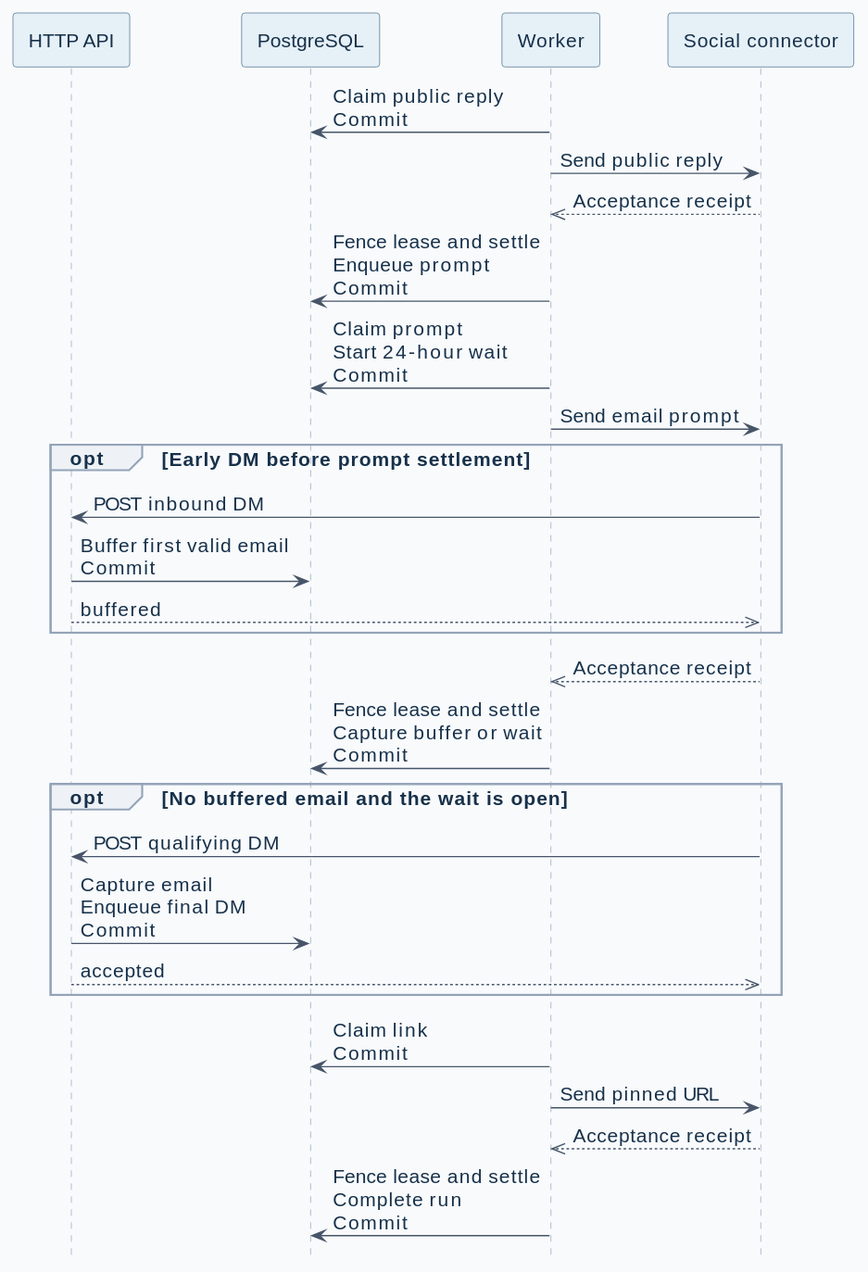
Above: docs/diagrams/delivery-sequence.svg in ByAxe/blotato-comment-automations (PlantUML), before the change. Its source is kept beside it as docs/diagrams/delivery-sequence.puml.
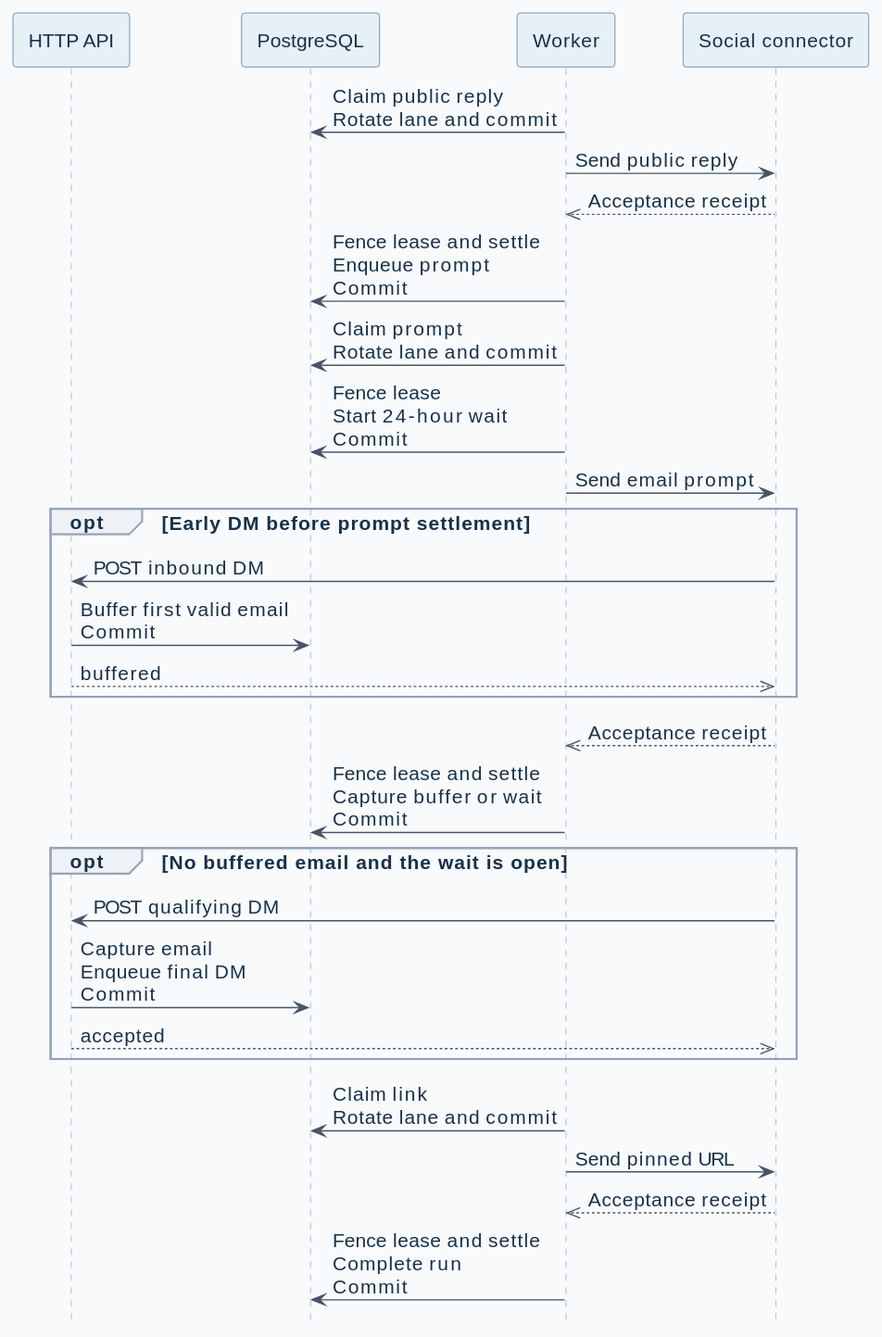
Above is the later version.

What changed in the source:
```diff
@@ -24,12 +24,13 @@
 participant "Worker" as worker
 participant "Social connector" as gateway
 
-worker -> db : Claim public reply\nCommit
+worker -> db : Claim public reply\nRotate lane and commit
 worker -> gateway : Send public reply
 gateway -->> worker : Acceptance receipt
 worker -> db : Fence lease and settle\nEnqueue prompt\nCommit
 
-worker -> db : Claim prompt\nStart 24-hour wait\nCommit
+worker -> db : Claim prompt\nRotate lane and commit
+worker -> db : Fence lease\nStart 24-hour wait\nCommit
 worker -> gateway : Send email prompt
 opt Early DM before prompt settlement
   gateway -> api : POST inbound DM
@@ -45,7 +46,7 @@
   api -->> gateway : accepted
 end
 
-worker -> db : Claim link\nCommit
+worker -> db : Claim link\nRotate lane and commit
 worker -> gateway : Send pinned URL
 gateway -->> worker : Acceptance receipt
 worker -> db : Fence lease and settle\nComplete run\nCommit
```
